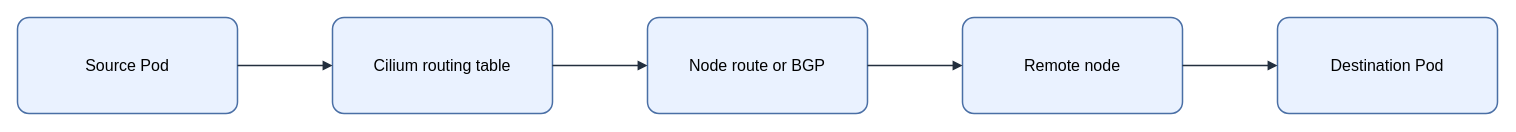
Before: assets/img/kubernetes/cilium-native-routing-flow.drawio in KKamJi98/kkamji98.github.io, a draw.io diagram. Source tidied: cells renumbered, new cells numbered last; positions are measured from the earlier drawing's top-left corner, leaving out a move shared by most shapes. Both pictures are drawn from the tidied source at 100%, with x=0, y=0 at pixel (17, 17).
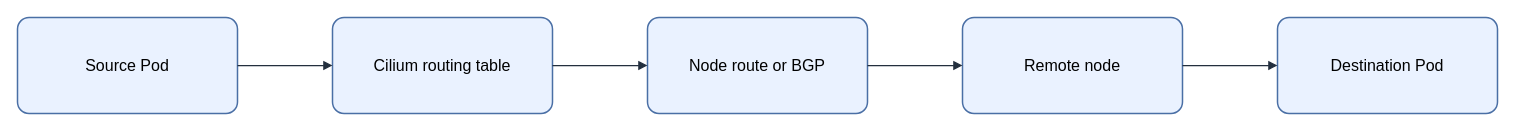
Above is the later version.

The edit, as a diff of the source:
```diff
@@
 <mxGraphModel background="#FFFFFF">
   <root>
     <mxCell id="0" />
     <mxCell id="1" parent="0" />
-    <mxCell id="2" value="&lt;font style=&quot;color: rgb(0, 0, 0);&quot;&gt;Source Pod&lt;/font&gt;" style="rounded=1;arcSize=12;whiteSpace=wrap;html=1;fillColor=#EAF2FF;strokeColor=#4A6FA5;strokeWidth=1.5;fontColor=#000000;fontSize=16;align=center;verticalAlign=middle;spacing=8;shadow=0;" parent="1" vertex="1">
+    <mxCell id="2" value="Source Pod" style="rounded=1;arcSize=12;whiteSpace=wrap;html=0;fillColor=#EAF2FF;strokeColor=#4A6FA5;strokeWidth=1.5;fontColor=#000000;fontSize=16;align=center;verticalAlign=middle;spacing=8;shadow=0;" parent="1" vertex="1">
       <mxGeometry width="220" height="96" as="geometry" />
     </mxCell>
-    <mxCell id="3" value="&lt;font style=&quot;color: rgb(0, 0, 0);&quot;&gt;Cilium routing table&lt;/font&gt;" style="rounded=1;arcSize=12;whiteSpace=wrap;html=1;fillColor=#EAF2FF;strokeColor=#4A6FA5;strokeWidth=1.5;fontColor=#000000;fontSize=16;align=center;verticalAlign=middle;spacing=8;shadow=0;" parent="1" vertex="1">
+    <mxCell id="3" value="Cilium routing table" style="rounded=1;arcSize=12;whiteSpace=wrap;html=0;fillColor=#EAF2FF;strokeColor=#4A6FA5;strokeWidth=1.5;fontColor=#000000;fontSize=16;align=center;verticalAlign=middle;spacing=8;shadow=0;" parent="1" vertex="1">
       <mxGeometry x="315" width="220" height="96" as="geometry" />
     </mxCell>
-    <mxCell id="4" value="&lt;font style=&quot;color: rgb(0, 0, 0);&quot;&gt;Node route or BGP&lt;/font&gt;" style="rounded=1;arcSize=12;whiteSpace=wrap;html=1;fillColor=#EAF2FF;strokeColor=#4A6FA5;strokeWidth=1.5;fontColor=#000000;fontSize=16;align=center;verticalAlign=middle;spacing=8;shadow=0;" parent="1" vertex="1">
+    <mxCell id="4" value="Node route or BGP" style="rounded=1;arcSize=12;whiteSpace=wrap;html=0;fillColor=#EAF2FF;strokeColor=#4A6FA5;strokeWidth=1.5;fontColor=#000000;fontSize=16;align=center;verticalAlign=middle;spacing=8;shadow=0;" parent="1" vertex="1">
       <mxGeometry x="630" width="220" height="96" as="geometry" />
     </mxCell>
-    <mxCell id="5" value="&lt;font style=&quot;color: rgb(0, 0, 0);&quot;&gt;Remote node&lt;/font&gt;" style="rounded=1;arcSize=12;whiteSpace=wrap;html=1;fillColor=#EAF2FF;strokeColor=#4A6FA5;strokeWidth=1.5;fontColor=#000000;fontSize=16;align=center;verticalAlign=middle;spacing=8;shadow=0;" parent="1" vertex="1">
+    <mxCell id="5" value="Remote node" style="rounded=1;arcSize=12;whiteSpace=wrap;html=0;fillColor=#EAF2FF;strokeColor=#4A6FA5;strokeWidth=1.5;fontColor=#000000;fontSize=16;align=center;verticalAlign=middle;spacing=8;shadow=0;" parent="1" vertex="1">
       <mxGeometry x="945" width="220" height="96" as="geometry" />
     </mxCell>
-    <mxCell id="6" value="&lt;font style=&quot;color: rgb(0, 0, 0);&quot;&gt;Destination Pod&lt;/font&gt;" style="rounded=1;arcSize=12;whiteSpace=wrap;html=1;fillColor=#EAF2FF;strokeColor=#4A6FA5;strokeWidth=1.5;fontColor=#000000;fontSize=16;align=center;verticalAlign=middle;spacing=8;shadow=0;" parent="1" vertex="1">
+    <mxCell id="6" value="Destination Pod" style="rounded=1;arcSize=12;whiteSpace=wrap;html=0;fillColor=#EAF2FF;strokeColor=#4A6FA5;strokeWidth=1.5;fontColor=#000000;fontSize=16;align=center;verticalAlign=middle;spacing=8;shadow=0;" parent="1" vertex="1">
       <mxGeometry x="1260" width="220" height="96" as="geometry" />
     </mxCell>
-    <mxCell id="7" style="edgeStyle=orthogonalEdgeStyle;rounded=0;jettySize=auto;html=1;endArrow=block;endFill=1;strokeColor=#232F3E;strokeWidth=1.5;fontColor=#000000;labelBackgroundColor=none;exitX=1;exitY=0.5;exitDx=0;exitDy=0;entryX=0;entryY=0.5;entryDx=0;entryDy=0;" parent="1" edge="1" source="2" target="3">
+    <mxCell id="7" style="edgeStyle=orthogonalEdgeStyle;rounded=0;jettySize=auto;html=0;endArrow=block;endFill=1;strokeColor=#232F3E;strokeWidth=1.25;fontColor=#000000;labelBackgroundColor=none;exitX=1;exitY=0.5;exitDx=0;exitDy=0;entryX=0;entryY=0.5;entryDx=0;entryDy=0;" parent="1" edge="1" source="2" target="3">
       <mxGeometry relative="1" as="geometry" />
     </mxCell>
-    <mxCell id="8" style="edgeStyle=orthogonalEdgeStyle;rounded=0;jettySize=auto;html=1;endArrow=block;endFill=1;strokeColor=#232F3E;strokeWidth=1.5;fontColor=#000000;labelBackgroundColor=none;exitX=1;exitY=0.5;exitDx=0;exitDy=0;entryX=0;entryY=0.5;entryDx=0;entryDy=0;" parent="1" edge="1" source="3" target="4">
+    <mxCell id="8" style="edgeStyle=orthogonalEdgeStyle;rounded=0;jettySize=auto;html=0;endArrow=block;endFill=1;strokeColor=#232F3E;strokeWidth=1.25;fontColor=#000000;labelBackgroundColor=none;exitX=1;exitY=0.5;exitDx=0;exitDy=0;entryX=0;entryY=0.5;entryDx=0;entryDy=0;" parent="1" edge="1" source="3" target="4">
       <mxGeometry relative="1" as="geometry" />
     </mxCell>
-    <mxCell id="9" style="edgeStyle=orthogonalEdgeStyle;rounded=0;jettySize=auto;html=1;endArrow=block;endFill=1;strokeColor=#232F3E;strokeWidth=1.5;fontColor=#000000;labelBackgroundColor=none;exitX=1;exitY=0.5;exitDx=0;exitDy=0;entryX=0;entryY=0.5;entryDx=0;entryDy=0;" parent="1" edge="1" source="4" target="5">
+    <mxCell id="9" style="edgeStyle=orthogonalEdgeStyle;rounded=0;jettySize=auto;html=0;endArrow=block;endFill=1;strokeColor=#232F3E;strokeWidth=1.25;fontColor=#000000;labelBackgroundColor=none;exitX=1;exitY=0.5;exitDx=0;exitDy=0;entryX=0;entryY=0.5;entryDx=0;entryDy=0;" parent="1" edge="1" source="4" target="5">
       <mxGeometry relative="1" as="geometry" />
     </mxCell>
-    <mxCell id="10" style="edgeStyle=orthogonalEdgeStyle;rounded=0;jettySize=auto;html=1;endArrow=block;endFill=1;strokeColor=#232F3E;strokeWidth=1.5;fontColor=#000000;labelBackgroundColor=none;exitX=1;exitY=0.5;exitDx=0;exitDy=0;entryX=0;entryY=0.5;entryDx=0;entryDy=0;" parent="1" edge="1" source="5" target="6">
+    <mxCell id="10" style="edgeStyle=orthogonalEdgeStyle;rounded=0;jettySize=auto;html=0;endArrow=block;endFill=1;strokeColor=#232F3E;strokeWidth=1.25;fontColor=#000000;labelBackgroundColor=none;exitX=1;exitY=0.5;exitDx=0;exitDy=0;entryX=0;entryY=0.5;entryDx=0;entryDy=0;" parent="1" edge="1" source="5" target="6">
       <mxGeometry relative="1" as="geometry" />
     </mxCell>
   </root>
 </mxGraphModel>
```
